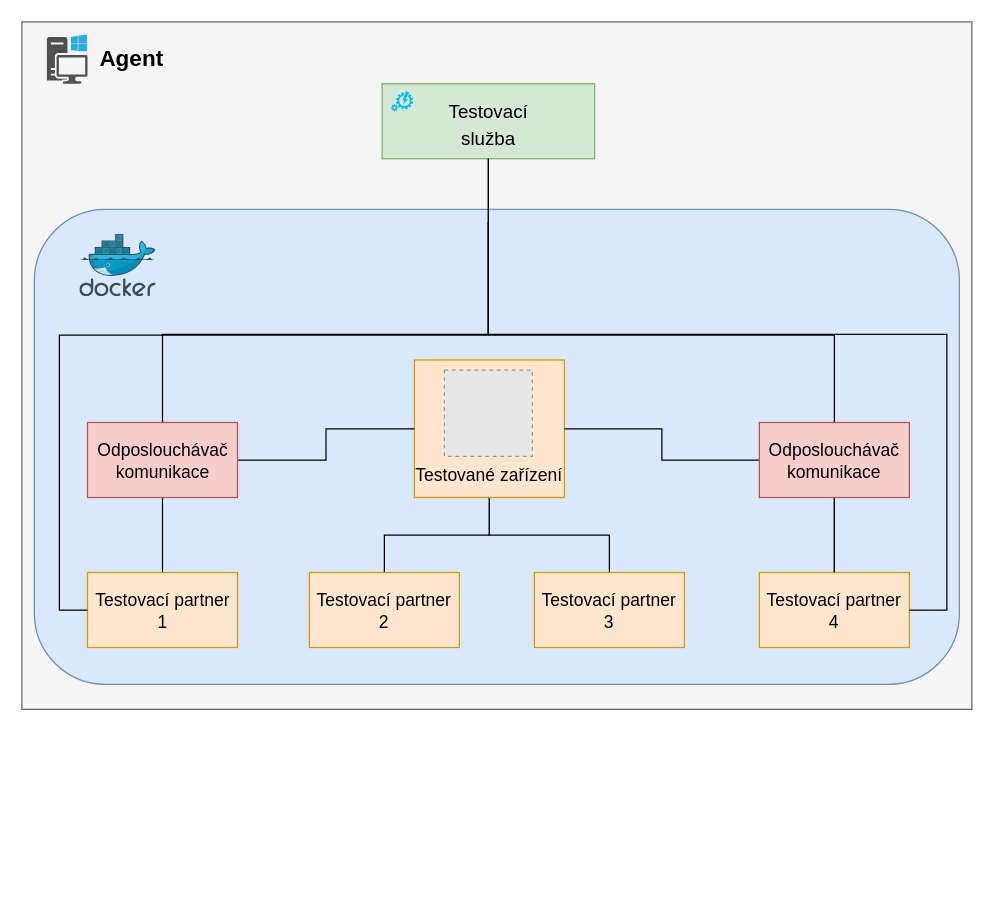
wheeeper/master-thesis keeps this draw.io diagram as assets/img/src/architecture.drawio. Above is the earlier version. Source tidied: cells renumbered, new cells numbered last; positions are measured from the earlier drawing's top-left corner, leaving out a move shared by most shapes. Both pictures are drawn from the tidied source at 125%, with x=0, y=0 at pixel (21, 21). Pictures stored in the file or linked from it are replaced by grey dashed boxes.
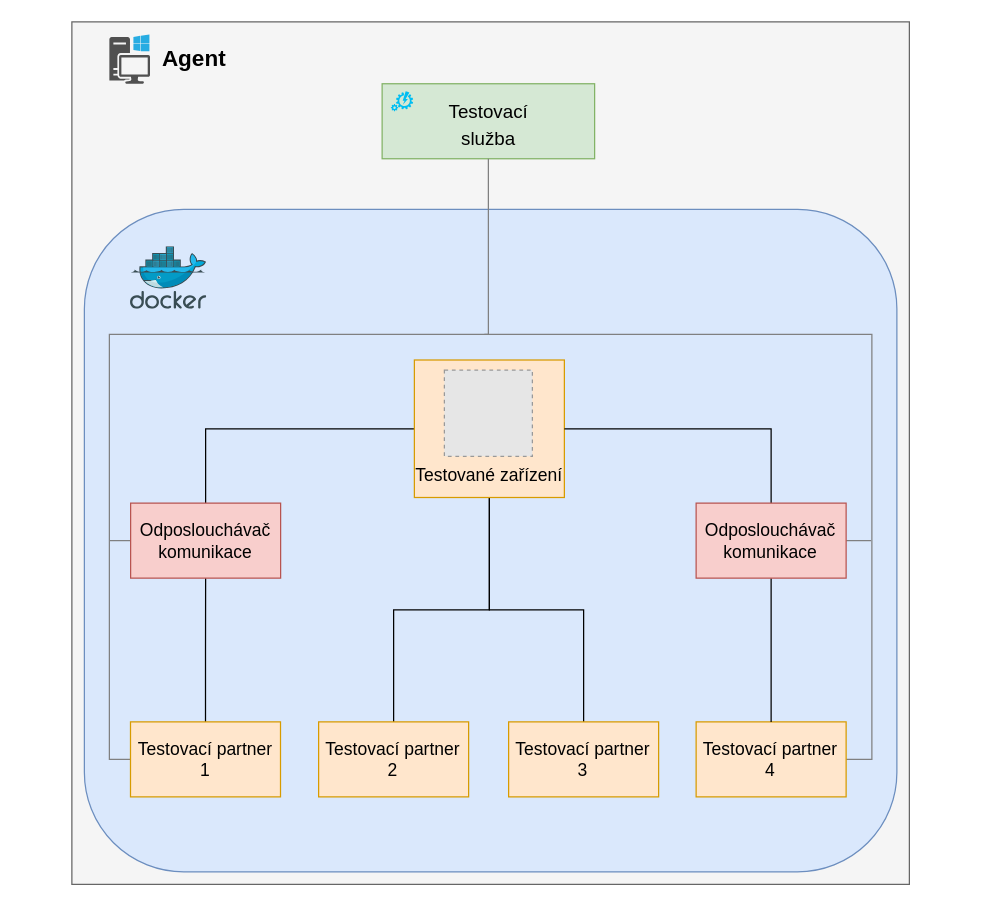
After the change.

Unchanged cells that the change refers to:
```xml
<mxCell id="6" style="rounded=0;whiteSpace=wrap;html=1;fillColor=#d5e8d4;strokeColor=#82b366;" parent="1" vertex="1">
  <mxGeometry x="288.2" y="49.5" width="170" height="60" as="geometry" />
</mxCell>
<mxCell id="18" style="rounded=0;whiteSpace=wrap;html=1;glass=0;fillColor=#ffe6cc;strokeColor=#d79b00;" parent="1" vertex="1">
  <mxGeometry x="314" y="270.5" width="120" height="110" as="geometry" />
</mxCell>
```

Diff of the diagram source:
```diff
@@
     <mxCell id="2" style="rounded=0;whiteSpace=wrap;html=1;fillColor=#f5f5f5;fontColor=#333333;strokeColor=#666666;" parent="1" vertex="1">
-      <mxGeometry width="760" height="550" as="geometry" />
+      <mxGeometry x="40" width="670" height="690" as="geometry" />
     </mxCell>
     <mxCell id="3" style="rounded=1;whiteSpace=wrap;html=1;fillColor=#dae8fc;strokeColor=#6c8ebf;glass=0;" parent="1" vertex="1">
-      <mxGeometry x="10" y="150" width="740" height="380" as="geometry" />
+      <mxGeometry x="50" y="150" width="650" height="530" as="geometry" />
     </mxCell>
     <mxCell id="4" style="shadow=0;dashed=0;html=1;strokeColor=none;fillColor=#505050;labelPosition=center;verticalLabelPosition=bottom;verticalAlign=top;align=center;shape=mxgraph.office.devices.workstation_pc;" parent="1" vertex="1">
-      <mxGeometry x="20" y="10" width="32.5" height="39.5" as="geometry" />
+      <mxGeometry x="70" y="10" width="32.5" height="39.5" as="geometry" />
     </mxCell>
     <mxCell id="5" value="Agent" style="text;html=1;strokeColor=none;fillColor=none;align=center;verticalAlign=middle;whiteSpace=wrap;rounded=0;fontStyle=1;fontSize=18;" parent="1" vertex="1">
-      <mxGeometry x="67.5" y="19.8" width="40" height="20" as="geometry" />
+      <mxGeometry x="117.5" y="19.8" width="40" height="20" as="geometry" />
     </mxCell>
@@
     <mxCell id="9" style="sketch=0;html=1;align=center;image;fontSize=12;image=img/lib/mscae/Docker.svg;" parent="1" vertex="1">
-      <mxGeometry x="46.5" y="170" width="61" height="50" as="geometry" />
+      <mxGeometry x="87" y="180" width="61" height="50" as="geometry" />
     </mxCell>
@@
+    <mxCell id="29" style="edgeStyle=orthogonalEdgeStyle;rounded=0;jettySize=auto;html=1;entryX=0.5;entryY=1;entryDx=0;entryDy=0;endArrow=none;endFill=0;strokeColor=#808080;" parent="1" edge="1" source="11" target="6">
+      <mxGeometry relative="1" as="geometry">
+        <Array as="points">
+          <mxPoint x="70" y="590" />
+          <mxPoint x="70" y="250" />
+          <mxPoint x="373" y="250" />
+        </Array>
+      </mxGeometry>
+    </mxCell>
     <mxCell id="11" value="Testovací partner 1" style="rounded=0;whiteSpace=wrap;html=1;glass=0;fillColor=#ffe6cc;strokeColor=#d79b00;fontSize=14;" parent="1" vertex="1">
-      <mxGeometry x="52.5" y="440.5" width="120" height="60" as="geometry" />
+      <mxGeometry x="86.9" y="560" width="120" height="60" as="geometry" />
     </mxCell>
@@
     <mxCell id="13" value="Testovací partner 2" style="rounded=0;whiteSpace=wrap;html=1;glass=0;fillColor=#ffe6cc;strokeColor=#d79b00;fontSize=14;" parent="1" vertex="1">
-      <mxGeometry x="230" y="440.5" width="120" height="60" as="geometry" />
+      <mxGeometry x="237.4" y="560" width="120" height="60" as="geometry" />
     </mxCell>
@@
     <mxCell id="15" value="Testovací partner 3" style="rounded=0;whiteSpace=wrap;html=1;glass=0;fillColor=#ffe6cc;strokeColor=#d79b00;fontSize=14;" parent="1" vertex="1">
-      <mxGeometry x="410" y="440.5" width="120" height="60" as="geometry" />
+      <mxGeometry x="389.4" y="560" width="120" height="60" as="geometry" />
     </mxCell>
-    <mxCell id="16" style="edgeStyle=orthogonalEdgeStyle;rounded=0;jettySize=auto;html=1;entryX=0.5;entryY=1;entryDx=0;entryDy=0;startArrow=none;startFill=0;endArrow=none;endFill=0;" parent="1" edge="1" source="17">
-      <mxGeometry relative="1" as="geometry">
-        <mxPoint x="373.2" y="160" as="targetPoint" />
-        <Array as="points">
-          <mxPoint x="650" y="250.5" />
-          <mxPoint x="373" y="250.5" />
-        </Array>
-      </mxGeometry>
-    </mxCell>
+    <mxCell id="30" style="edgeStyle=orthogonalEdgeStyle;rounded=0;jettySize=auto;html=1;endArrow=none;endFill=0;strokeColor=#808080;" parent="1" edge="1" source="17">
+      <mxGeometry relative="1" as="geometry">
+        <mxPoint x="370" y="250" as="targetPoint" />
+        <Array as="points">
+          <mxPoint x="680" y="590" />
+          <mxPoint x="680" y="250" />
+        </Array>
+      </mxGeometry>
+    </mxCell>
     <mxCell id="17" value="Testovací partner 4" style="rounded=0;whiteSpace=wrap;html=1;glass=0;fillColor=#ffe6cc;strokeColor=#d79b00;fontSize=14;" parent="1" vertex="1">
-      <mxGeometry x="590" y="440.5" width="120" height="60" as="geometry" />
+      <mxGeometry x="539.4" y="560" width="120" height="60" as="geometry" />
     </mxCell>
+    <mxCell id="31" style="edgeStyle=orthogonalEdgeStyle;rounded=0;jettySize=auto;html=1;entryX=0.5;entryY=0;entryDx=0;entryDy=0;endArrow=none;endFill=0;" parent="1" edge="1" source="18" target="22">
+      <mxGeometry relative="1" as="geometry" />
+    </mxCell>
@@
-    <mxCell id="19" style="edgeStyle=orthogonalEdgeStyle;rounded=0;jettySize=auto;html=1;entryX=0;entryY=0.5;entryDx=0;entryDy=0;startArrow=none;startFill=0;endArrow=none;endFill=0;exitX=1;exitY=0.5;exitDx=0;exitDy=0;" parent="1" edge="1" source="22" target="18">
-      <mxGeometry relative="1" as="geometry" />
-    </mxCell>
-    <mxCell id="20" style="edgeStyle=orthogonalEdgeStyle;rounded=0;jettySize=auto;html=1;entryX=0.5;entryY=1;entryDx=0;entryDy=0;startArrow=none;startFill=0;endArrow=none;endFill=0;exitX=0;exitY=0.5;exitDx=0;exitDy=0;" parent="1" edge="1" source="11">
-      <mxGeometry relative="1" as="geometry">
-        <mxPoint x="373.2" y="160" as="targetPoint" />
-        <Array as="points">
-          <mxPoint x="30" y="470.5" />
-          <mxPoint x="30" y="250.5" />
-          <mxPoint x="373" y="250.5" />
-        </Array>
-      </mxGeometry>
-    </mxCell>
-    <mxCell id="21" style="edgeStyle=orthogonalEdgeStyle;rounded=0;jettySize=auto;html=1;entryX=0.5;entryY=1;entryDx=0;entryDy=0;startArrow=none;startFill=0;endArrow=none;endFill=0;" parent="1" edge="1" source="22" target="6">
-      <mxGeometry relative="1" as="geometry">
-        <Array as="points">
-          <mxPoint x="113" y="250" />
-          <mxPoint x="373" y="250" />
-        </Array>
-      </mxGeometry>
-    </mxCell>
+    <mxCell id="32" style="edgeStyle=orthogonalEdgeStyle;rounded=0;orthogonalLoop=1;jettySize=auto;html=1;endArrow=none;endFill=0;strokeColor=#808080;" parent="1" edge="1">
+      <mxGeometry relative="1" as="geometry">
+        <mxPoint x="87" y="415" as="sourcePoint" />
+        <mxPoint x="70" y="415" as="targetPoint" />
+      </mxGeometry>
+    </mxCell>
     <mxCell id="22" value="Odposlouchávač komunikace" style="rounded=0;whiteSpace=wrap;html=1;glass=0;fillColor=#f8cecc;strokeColor=#b85450;fontSize=14;" parent="1" vertex="1">
-      <mxGeometry x="52.5" y="320.5" width="120" height="60" as="geometry" />
+      <mxGeometry x="87" y="385" width="120" height="60" as="geometry" />
     </mxCell>
-    <mxCell id="23" style="edgeStyle=orthogonalEdgeStyle;rounded=0;jettySize=auto;html=1;entryX=1;entryY=0.5;entryDx=0;entryDy=0;startArrow=none;startFill=0;endArrow=none;endFill=0;" parent="1" edge="1" source="26" target="18">
+    <mxCell id="23" style="edgeStyle=orthogonalEdgeStyle;rounded=0;jettySize=auto;html=1;entryX=1;entryY=0.5;entryDx=0;entryDy=0;startArrow=none;startFill=0;endArrow=none;endFill=0;exitX=0.5;exitY=0;exitDx=0;exitDy=0;" parent="1" edge="1" source="26" target="18">
       <mxGeometry relative="1" as="geometry" />
     </mxCell>
@@
-    <mxCell id="25" style="edgeStyle=orthogonalEdgeStyle;rounded=0;jettySize=auto;html=1;entryX=0.5;entryY=1;entryDx=0;entryDy=0;startArrow=none;startFill=0;endArrow=none;endFill=0;exitX=1;exitY=0.5;exitDx=0;exitDy=0;" parent="1" edge="1" source="17" target="6">
-      <mxGeometry relative="1" as="geometry">
-        <Array as="points">
-          <mxPoint x="740" y="471" />
-          <mxPoint x="740" y="250" />
-          <mxPoint x="373" y="250" />
-        </Array>
-      </mxGeometry>
-    </mxCell>
+    <mxCell id="33" style="edgeStyle=orthogonalEdgeStyle;rounded=0;jettySize=auto;html=1;endArrow=none;endFill=0;strokeColor=#808080;" parent="1" edge="1" source="26">
+      <mxGeometry relative="1" as="geometry">
+        <mxPoint x="680" y="415" as="targetPoint" />
+      </mxGeometry>
+    </mxCell>
     <mxCell id="26" value="Odposlouchávač komunikace" style="rounded=0;whiteSpace=wrap;html=1;glass=0;fillColor=#f8cecc;strokeColor=#b85450;fontSize=14;" parent="1" vertex="1">
-      <mxGeometry x="590" y="320.5" width="120" height="60" as="geometry" />
+      <mxGeometry x="539.4" y="385" width="120" height="60" as="geometry" />
     </mxCell>
```
